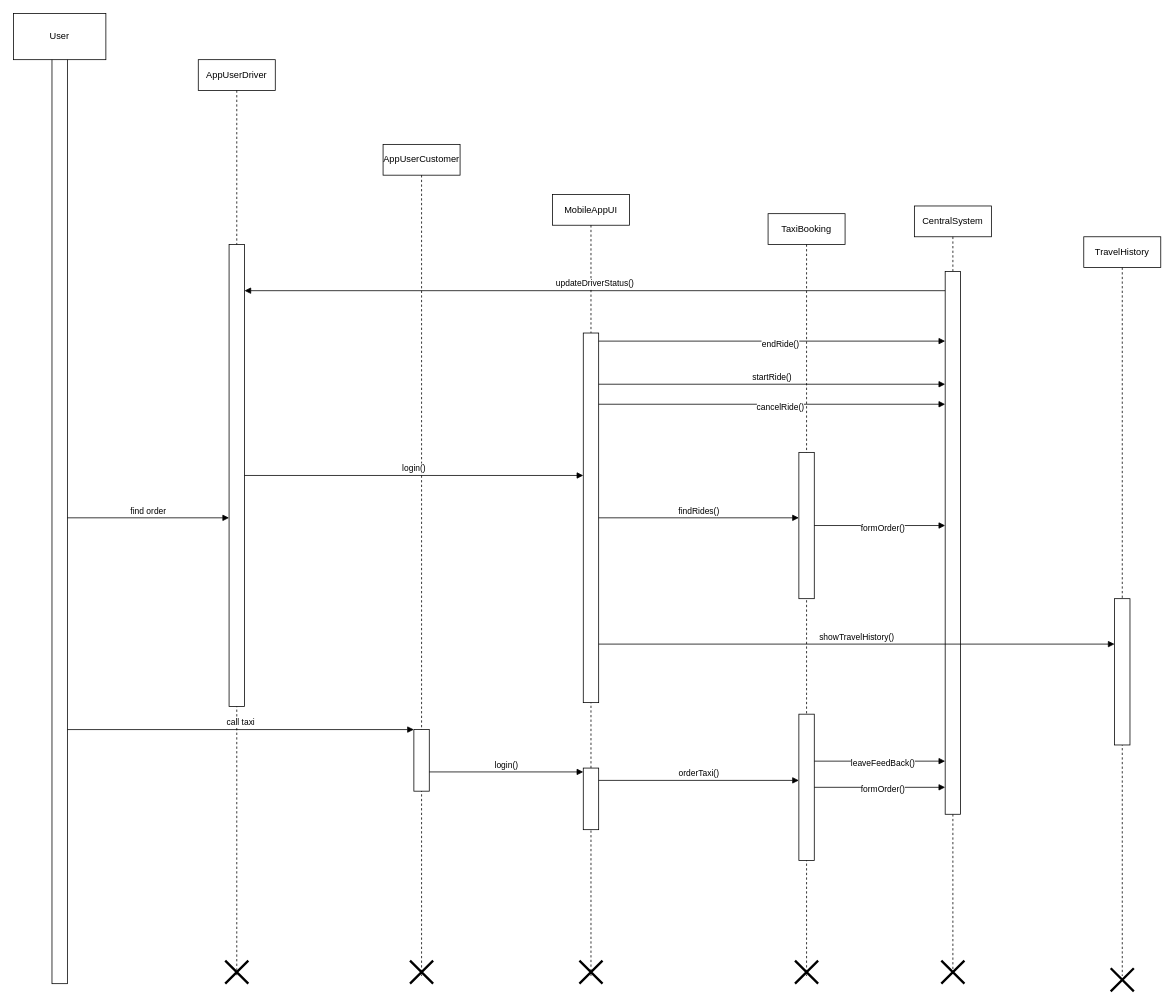
Earlier version of the draw.io diagram ActionDia.drawio (hard-gainer/UML). Source tidied: cells renumbered, new cells numbered last; positions are measured from the earlier drawing's top-left corner, leaving out a move shared by most shapes. Both pictures are drawn from the tidied source at 77%, with x=0, y=0 at pixel (13, 13).
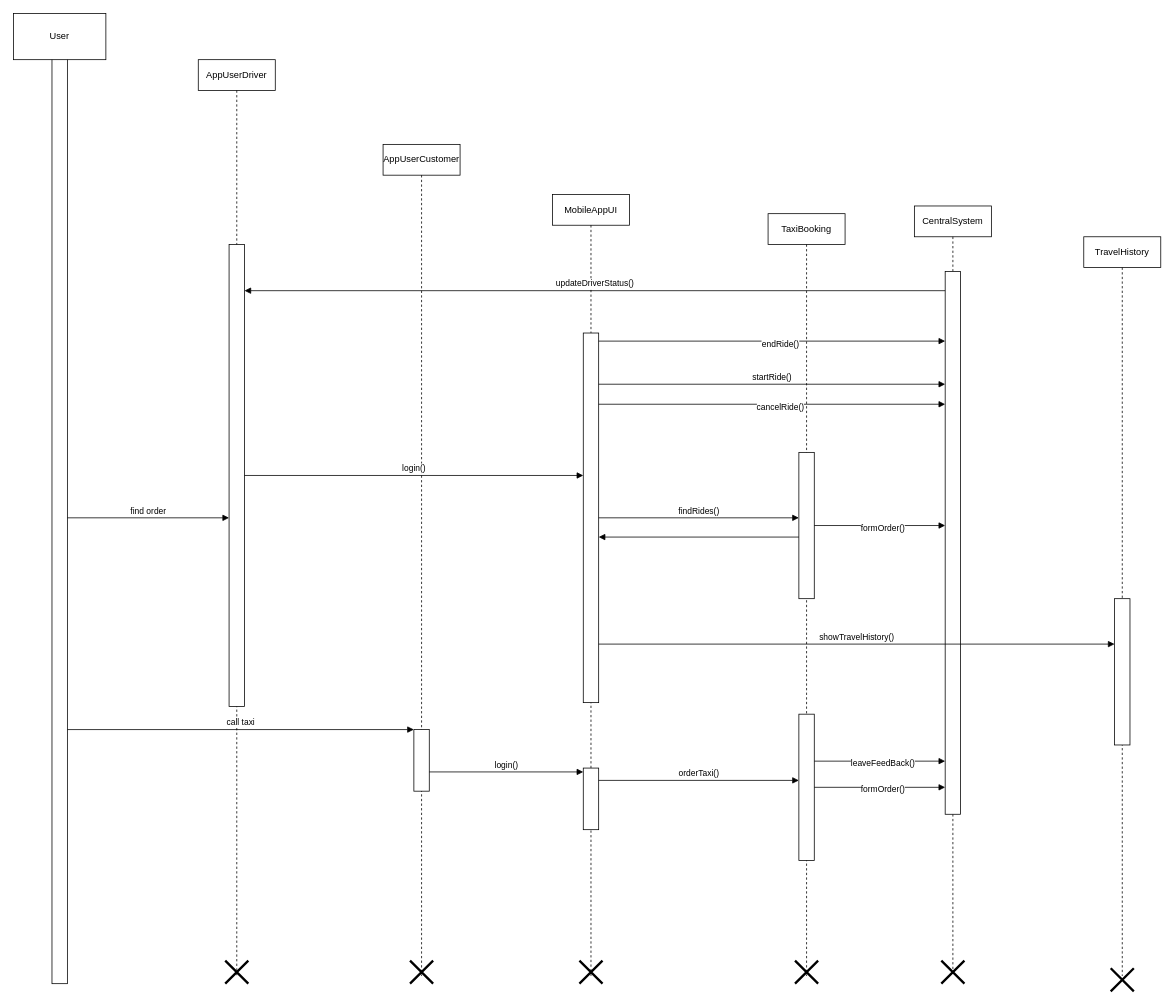
After the change.

The change refers to these unchanged cells:
```xml
<mxCell id="5" style="html=1;points=[[0,0,0,0,5],[0,1,0,0,-5],[1,0,0,0,5],[1,1,0,0,-5]];perimeter=orthogonalPerimeter;outlineConnect=0;targetShapes=umlLifeline;portConstraint=eastwest;newEdgeStyle={&quot;curved&quot;:0,&quot;rounded&quot;:0};" parent="4" vertex="1">
  <mxGeometry x="40" y="180" width="20" height="480" as="geometry" />
</mxCell>
<mxCell id="27" style="html=1;points=[[0,0,0,0,5],[0,1,0,0,-5],[1,0,0,0,5],[1,1,0,0,-5]];perimeter=orthogonalPerimeter;outlineConnect=0;targetShapes=umlLifeline;portConstraint=eastwest;newEdgeStyle={&quot;curved&quot;:0,&quot;rounded&quot;:0};" parent="24" vertex="1">
  <mxGeometry x="40" y="310" width="20" height="190" as="geometry" />
</mxCell>
```

What changed in the source:
```diff
@@
+    <mxCell id="38" style="html=1;verticalAlign=bottom;endArrow=block;curved=0;rounded=0;" parent="1" edge="1" source="27" target="5">
+      <mxGeometry relative="1" as="geometry">
+        <Array as="points">
+          <mxPoint x="760" y="680" />
+        </Array>
+      </mxGeometry>
+    </mxCell>
```
